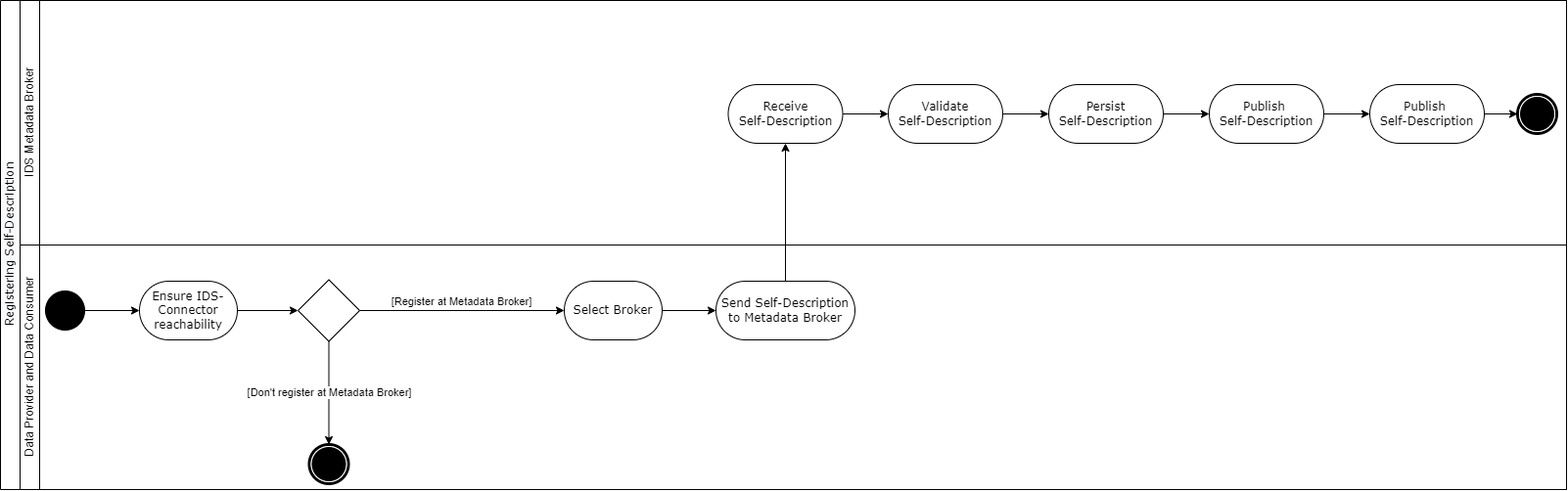
International-Data-Spaces-Association/IDS-RAM_4_0 keeps this draw.io diagram as documentation/media/image25_register-at-broker-activity.png. Above is the earlier version. Source tidied: cells renumbered, new cells last; positions are measured from the earlier drawing's top-left corner, leaving out a move shared by most shapes. The source it was exported from:
```xml
<mxGraphModel>
  <root>
    <mxCell id="0" />
    <mxCell id="1" parent="0" />
    <mxCell id="2" value="&lt;span style=&quot;font-family: &amp;#34;verdana&amp;#34; ; background-color: rgb(248 , 249 , 250) ; font-weight: normal&quot;&gt;Registering Self-Description&lt;br&gt;&lt;/span&gt;" style="swimlane;html=1;horizontal=0;startSize=20;flipH=0;direction=east;" parent="1" vertex="1">
      <mxGeometry width="1600" height="500" as="geometry" />
    </mxCell>
    <mxCell id="3" style="edgeStyle=orthogonalEdgeStyle;rounded=0;orthogonalLoop=1;jettySize=auto;html=1;dashed=1;endArrow=none;endFill=0;" parent="2" edge="1">
      <mxGeometry relative="1" as="geometry">
        <mxPoint x="180" y="90" as="sourcePoint" />
        <mxPoint x="180" y="90" as="targetPoint" />
      </mxGeometry>
    </mxCell>
    <mxCell id="4" value="IDS Metadata Broker" style="swimlane;html=1;startSize=20;horizontal=0;fontStyle=0;" parent="2" vertex="1">
      <mxGeometry x="20" width="1580" height="250" as="geometry" />
    </mxCell>
    <mxCell id="5" style="edgeStyle=none;rounded=0;jettySize=auto;html=1;entryX=0;entryY=0.5;entryDx=0;entryDy=0;" parent="4" edge="1" source="6" target="8">
      <mxGeometry relative="1" as="geometry" />
    </mxCell>
    <mxCell id="6" value="Receive&lt;br&gt;Self-Description" style="rounded=1;whiteSpace=wrap;html=1;shadow=0;comic=0;labelBackgroundColor=none;strokeWidth=1;fontFamily=Verdana;fontSize=12;align=center;arcSize=50;" parent="4" vertex="1">
      <mxGeometry x="723.5" y="86" width="117" height="60" as="geometry" />
    </mxCell>
    <mxCell id="7" style="edgeStyle=none;rounded=0;jettySize=auto;html=1;" parent="4" edge="1" source="8" target="10">
      <mxGeometry relative="1" as="geometry" />
    </mxCell>
    <mxCell id="8" value="Validate&lt;br&gt;Self-Description" style="rounded=1;whiteSpace=wrap;html=1;shadow=0;comic=0;labelBackgroundColor=none;strokeWidth=1;fontFamily=Verdana;fontSize=12;align=center;arcSize=50;" parent="4" vertex="1">
      <mxGeometry x="887" y="86" width="117" height="60" as="geometry" />
    </mxCell>
    <mxCell id="9" style="edgeStyle=none;rounded=0;jettySize=auto;html=1;" parent="4" edge="1" source="10" target="11">
      <mxGeometry relative="1" as="geometry" />
    </mxCell>
    <mxCell id="10" value="Persist&lt;br&gt;Self-Description" style="rounded=1;whiteSpace=wrap;html=1;shadow=0;comic=0;labelBackgroundColor=none;strokeWidth=1;fontFamily=Verdana;fontSize=12;align=center;arcSize=50;" parent="4" vertex="1">
      <mxGeometry x="1051" y="86" width="117" height="60" as="geometry" />
    </mxCell>
    <mxCell id="11" value="Publish &lt;br&gt;Self-Description" style="rounded=1;whiteSpace=wrap;html=1;shadow=0;comic=0;labelBackgroundColor=none;strokeWidth=1;fontFamily=Verdana;fontSize=12;align=center;arcSize=50;" parent="4" vertex="1">
      <mxGeometry x="1215" y="86" width="117" height="60" as="geometry" />
    </mxCell>
    <mxCell id="12" style="edgeStyle=none;rounded=0;jettySize=auto;html=1;" parent="4" edge="1" source="13" target="15">
      <mxGeometry relative="1" as="geometry" />
    </mxCell>
    <mxCell id="13" value="Publish &lt;br&gt;Self-Description" style="rounded=1;whiteSpace=wrap;html=1;shadow=0;comic=0;labelBackgroundColor=none;strokeWidth=1;fontFamily=Verdana;fontSize=12;align=center;arcSize=50;" parent="4" vertex="1">
      <mxGeometry x="1379" y="86" width="117" height="60" as="geometry" />
    </mxCell>
    <mxCell id="14" style="edgeStyle=none;rounded=0;jettySize=auto;html=1;" parent="4" edge="1" source="11" target="13">
      <mxGeometry relative="1" as="geometry" />
    </mxCell>
    <mxCell id="15" style="shape=mxgraph.bpmn.shape;html=1;verticalLabelPosition=bottom;labelBackgroundColor=#ffffff;verticalAlign=top;perimeter=ellipsePerimeter;outline=end;symbol=terminate;rounded=0;shadow=0;comic=0;strokeWidth=1;fontFamily=Verdana;fontSize=12;align=center;" parent="4" vertex="1">
      <mxGeometry x="1530" y="96" width="40" height="40" as="geometry" />
    </mxCell>
    <mxCell id="16" style="edgeStyle=orthogonalEdgeStyle;rounded=0;jettySize=auto;html=1;entryX=0.5;entryY=1;entryDx=0;entryDy=0;" parent="2" edge="1" source="28" target="6">
      <mxGeometry relative="1" as="geometry" />
    </mxCell>
    <mxCell id="17" value="Data Provider and Data Consumer" style="swimlane;html=1;startSize=20;horizontal=0;fontStyle=0;" parent="2" vertex="1">
      <mxGeometry x="20" y="250" width="1580" height="250" as="geometry" />
    </mxCell>
    <mxCell id="18" style="edgeStyle=orthogonalEdgeStyle;rounded=0;jettySize=auto;html=1;" parent="17" edge="1" source="19" target="21">
      <mxGeometry relative="1" as="geometry" />
    </mxCell>
    <mxCell id="19" style="ellipse;whiteSpace=wrap;html=1;rounded=0;shadow=0;comic=0;labelBackgroundColor=none;strokeWidth=1;fillColor=#000000;fontFamily=Verdana;fontSize=12;align=center;" parent="17" vertex="1">
      <mxGeometry x="26" y="47" width="40" height="40" as="geometry" />
    </mxCell>
    <mxCell id="20" style="edgeStyle=orthogonalEdgeStyle;rounded=0;jettySize=auto;html=1;" parent="17" edge="1" source="21" target="24">
      <mxGeometry relative="1" as="geometry" />
    </mxCell>
    <mxCell id="21" value="Ensure IDS-Connector reachability&lt;br&gt;" style="rounded=1;whiteSpace=wrap;html=1;shadow=0;comic=0;labelBackgroundColor=none;strokeWidth=1;fontFamily=Verdana;fontSize=12;align=center;arcSize=50;" parent="17" vertex="1">
      <mxGeometry x="122" y="37" width="100" height="60" as="geometry" />
    </mxCell>
    <mxCell id="22" value="[Register at Metadata Broker]" style="edgeStyle=orthogonalEdgeStyle;rounded=0;jettySize=auto;html=1;spacingTop=-17;" parent="17" edge="1" source="24" target="26">
      <mxGeometry relative="1" as="geometry" />
    </mxCell>
    <mxCell id="23" value="[Don't register at Metadata Broker]" style="edgeStyle=orthogonalEdgeStyle;rounded=0;jettySize=auto;html=1;" parent="17" edge="1" source="24" target="27">
      <mxGeometry relative="1" as="geometry" />
    </mxCell>
    <mxCell id="24" style="rhombus;whiteSpace=wrap;html=1;" parent="17" vertex="1">
      <mxGeometry x="284" y="35.5" width="63" height="63" as="geometry" />
    </mxCell>
    <mxCell id="25" style="edgeStyle=orthogonalEdgeStyle;rounded=0;jettySize=auto;html=1;exitX=1;exitY=0.5;exitDx=0;exitDy=0;entryX=0;entryY=0.5;entryDx=0;entryDy=0;" parent="17" edge="1" source="26" target="28">
      <mxGeometry relative="1" as="geometry" />
    </mxCell>
    <mxCell id="26" value="Select Broker" style="rounded=1;whiteSpace=wrap;html=1;shadow=0;comic=0;labelBackgroundColor=none;strokeWidth=1;fontFamily=Verdana;fontSize=12;align=center;arcSize=50;" parent="17" vertex="1">
      <mxGeometry x="556" y="37" width="100" height="60" as="geometry" />
    </mxCell>
    <mxCell id="27" style="shape=mxgraph.bpmn.shape;html=1;verticalLabelPosition=bottom;labelBackgroundColor=#ffffff;verticalAlign=top;perimeter=ellipsePerimeter;outline=end;symbol=terminate;rounded=0;shadow=0;comic=0;strokeWidth=1;fontFamily=Verdana;fontSize=12;align=center;" parent="17" vertex="1">
      <mxGeometry x="295.5" y="204" width="40" height="40" as="geometry" />
    </mxCell>
    <mxCell id="28" value="Send Self-Description to Metadata Broker" style="rounded=1;whiteSpace=wrap;html=1;shadow=0;comic=0;labelBackgroundColor=none;strokeWidth=1;fontFamily=Verdana;fontSize=12;align=center;arcSize=50;" parent="17" vertex="1">
      <mxGeometry x="711" y="37" width="142" height="60" as="geometry" />
    </mxCell>
  </root>
</mxGraphModel>
```
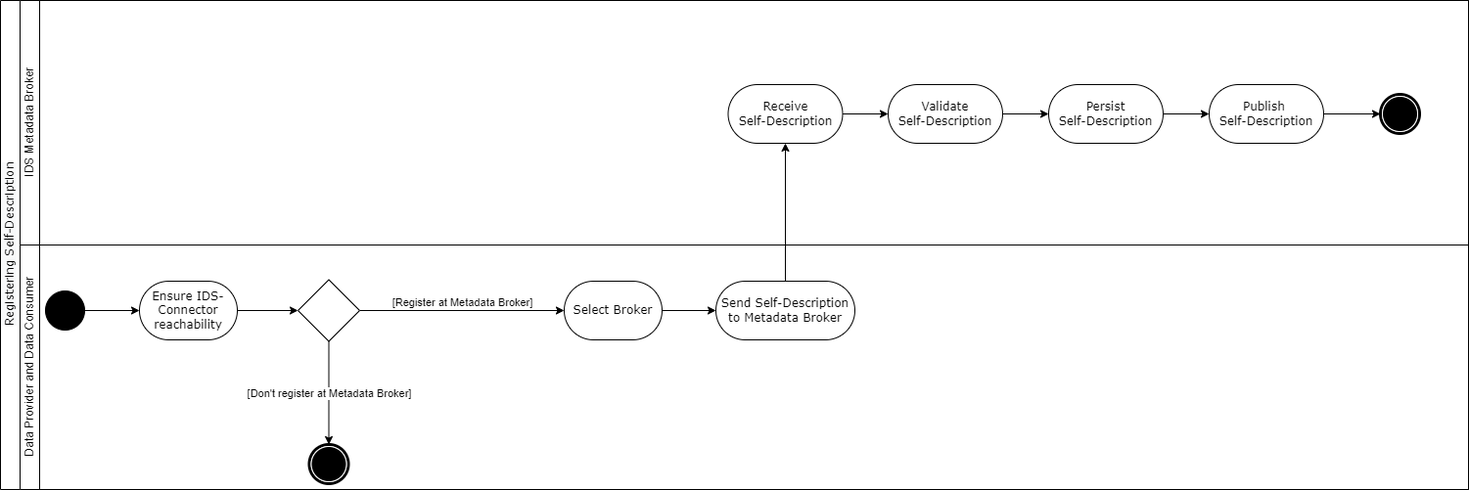
Later version of the same file.

Commit message:
chore: apply feedback to process layer (activity diagram)

The edit, as a diff of the source:
```diff
@@ -3,7 +3,7 @@
     <mxCell id="0" />
     <mxCell id="1" parent="0" />
     <mxCell id="2" value="&lt;span style=&quot;font-family: &amp;#34;verdana&amp;#34; ; background-color: rgb(248 , 249 , 250) ; font-weight: normal&quot;&gt;Registering Self-Description&lt;br&gt;&lt;/span&gt;" style="swimlane;html=1;horizontal=0;startSize=20;flipH=0;direction=east;" parent="1" vertex="1">
-      <mxGeometry width="1600" height="500" as="geometry" />
+      <mxGeometry width="1500" height="500" as="geometry" />
     </mxCell>
     <mxCell id="3" style="edgeStyle=orthogonalEdgeStyle;rounded=0;orthogonalLoop=1;jettySize=auto;html=1;dashed=1;endArrow=none;endFill=0;" parent="2" edge="1">
       <mxGeometry relative="1" as="geometry">
@@ -12,7 +12,7 @@
       </mxGeometry>
     </mxCell>
     <mxCell id="4" value="IDS Metadata Broker" style="swimlane;html=1;startSize=20;horizontal=0;fontStyle=0;" parent="2" vertex="1">
-      <mxGeometry x="20" width="1580" height="250" as="geometry" />
+      <mxGeometry x="20" width="1480" height="250" as="geometry" />
     </mxCell>
     <mxCell id="5" style="edgeStyle=none;rounded=0;jettySize=auto;html=1;entryX=0;entryY=0.5;entryDx=0;entryDy=0;" parent="4" edge="1" source="6" target="8">
       <mxGeometry relative="1" as="geometry" />
@@ -35,23 +35,17 @@
     <mxCell id="11" value="Publish &lt;br&gt;Self-Description" style="rounded=1;whiteSpace=wrap;html=1;shadow=0;comic=0;labelBackgroundColor=none;strokeWidth=1;fontFamily=Verdana;fontSize=12;align=center;arcSize=50;" parent="4" vertex="1">
       <mxGeometry x="1215" y="86" width="117" height="60" as="geometry" />
     </mxCell>
-    <mxCell id="12" style="edgeStyle=none;rounded=0;jettySize=auto;html=1;" parent="4" edge="1" source="13" target="15">
-      <mxGeometry relative="1" as="geometry" />
-    </mxCell>
-    <mxCell id="13" value="Publish &lt;br&gt;Self-Description" style="rounded=1;whiteSpace=wrap;html=1;shadow=0;comic=0;labelBackgroundColor=none;strokeWidth=1;fontFamily=Verdana;fontSize=12;align=center;arcSize=50;" parent="4" vertex="1">
-      <mxGeometry x="1379" y="86" width="117" height="60" as="geometry" />
-    </mxCell>
-    <mxCell id="14" style="edgeStyle=none;rounded=0;jettySize=auto;html=1;" parent="4" edge="1" source="11" target="13">
+    <mxCell id="14" style="edgeStyle=none;rounded=0;jettySize=auto;html=1;entryX=0;entryY=0.5;entryDx=0;entryDy=0;" parent="4" edge="1" source="11" target="15">
       <mxGeometry relative="1" as="geometry" />
     </mxCell>
     <mxCell id="15" style="shape=mxgraph.bpmn.shape;html=1;verticalLabelPosition=bottom;labelBackgroundColor=#ffffff;verticalAlign=top;perimeter=ellipsePerimeter;outline=end;symbol=terminate;rounded=0;shadow=0;comic=0;strokeWidth=1;fontFamily=Verdana;fontSize=12;align=center;" parent="4" vertex="1">
-      <mxGeometry x="1530" y="96" width="40" height="40" as="geometry" />
+      <mxGeometry x="1390" y="96" width="40" height="40" as="geometry" />
     </mxCell>
     <mxCell id="16" style="edgeStyle=orthogonalEdgeStyle;rounded=0;jettySize=auto;html=1;entryX=0.5;entryY=1;entryDx=0;entryDy=0;" parent="2" edge="1" source="28" target="6">
       <mxGeometry relative="1" as="geometry" />
     </mxCell>
     <mxCell id="17" value="Data Provider and Data Consumer" style="swimlane;html=1;startSize=20;horizontal=0;fontStyle=0;" parent="2" vertex="1">
-      <mxGeometry x="20" y="250" width="1580" height="250" as="geometry" />
+      <mxGeometry x="20" y="250" width="1480" height="250" as="geometry" />
     </mxCell>
     <mxCell id="18" style="edgeStyle=orthogonalEdgeStyle;rounded=0;jettySize=auto;html=1;" parent="17" edge="1" source="19" target="21">
       <mxGeometry relative="1" as="geometry" />
```
